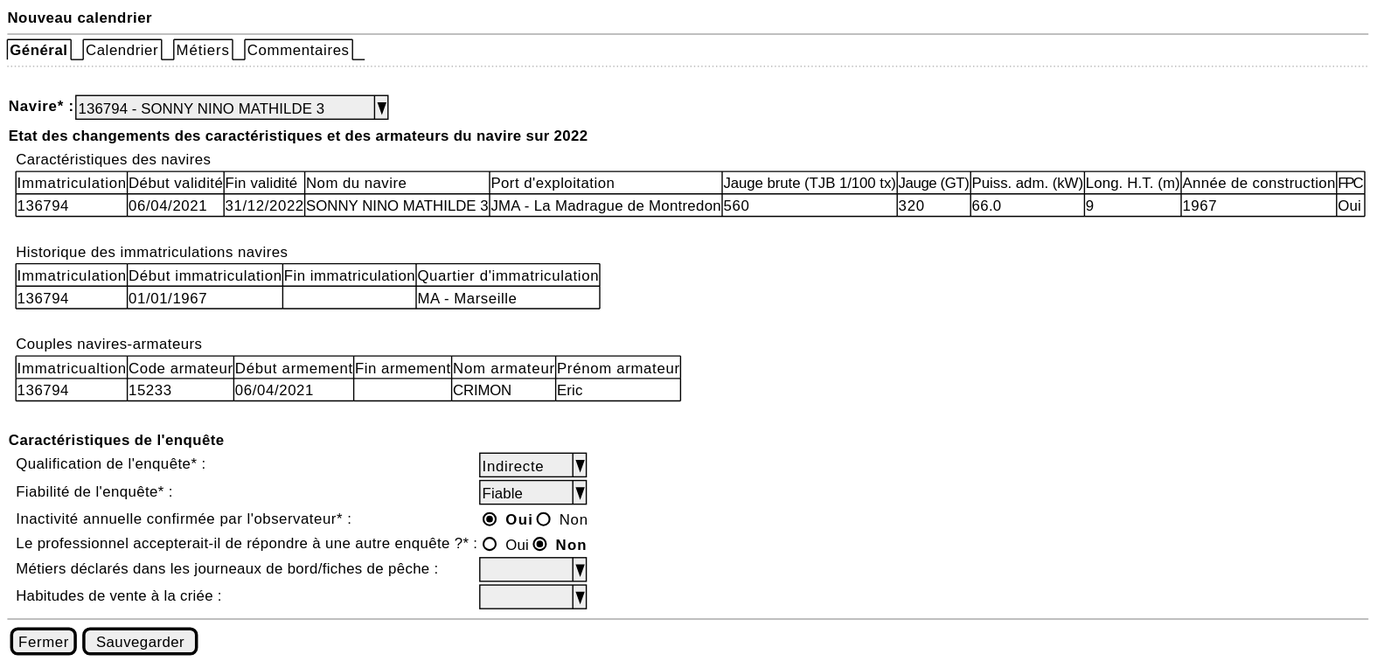
sumaris-net/sumaris-doc keeps this PlantUML diagram as projects/activity-calendar/spe/images/activity-calendar-new-general.svg. Above is the earlier version. Its source is kept beside it as projects/activity-calendar/spe/images/activity-calendar-new-general.puml.
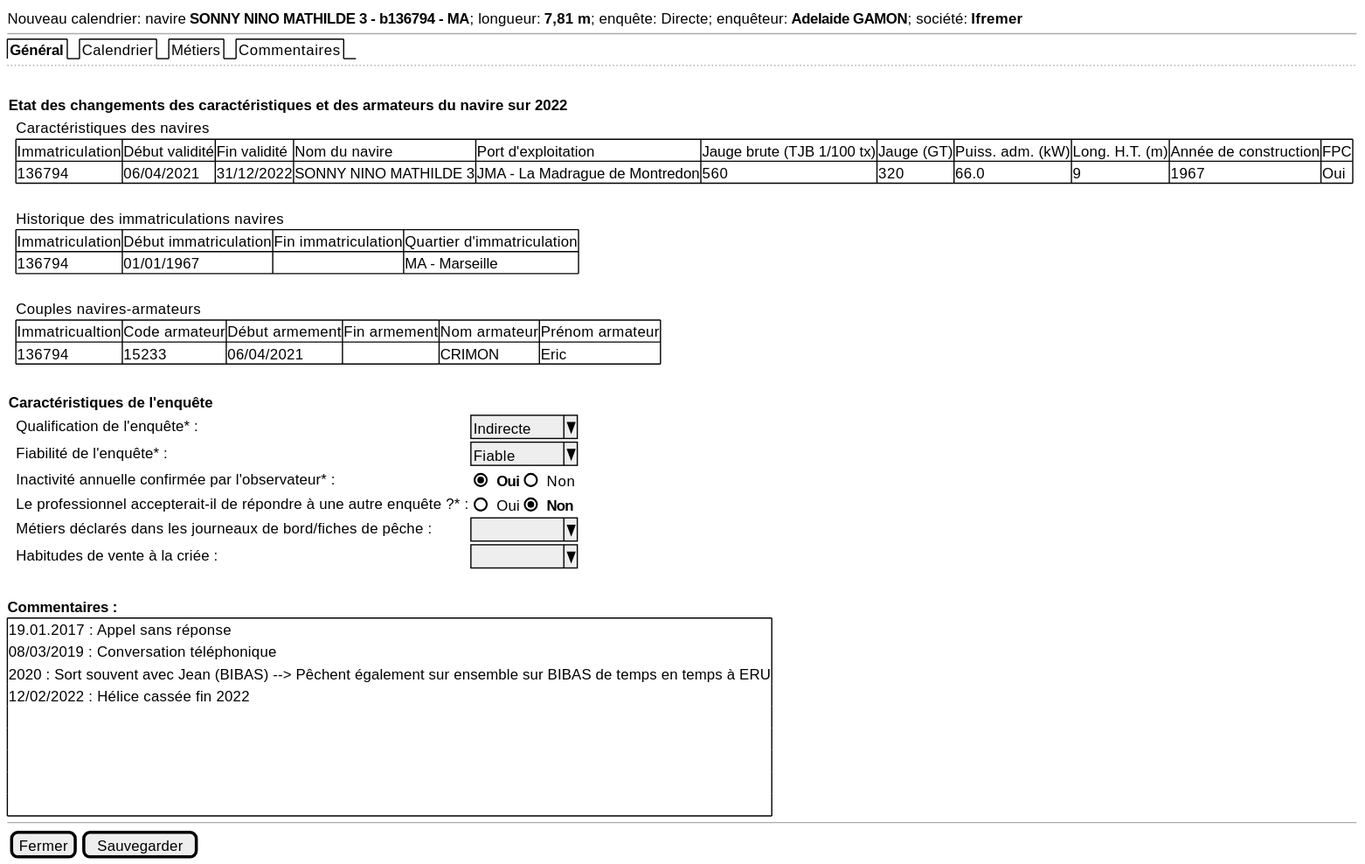
The same diagram one commit later.

What changed in the source:
```diff
@@ -1,13 +1,10 @@
 @startsalt
 {
-  <b>Nouveau calendrier
+  Nouveau calendrier: navire <b>SONNY NINO MATHILDE 3 - b136794 - MA</b>; longueur: <b>7,81 m</b>; enquête: Directe; enquêteur: <b>Adelaide GAMON</b>; société: <b>Ifremer</b>
   --
   {/ <b>Général | Calendrier | Métiers | Commentaires }
   ..
   .
-
-  {<b>Navire* : | ^136794 - SONNY NINO MATHILDE 3^}
-
   {
   <b>Etat des changements des caractéristiques et des armateurs du navire sur 2022
     {
@@ -39,6 +36,18 @@
      . | Habitudes de vente à la criée : | ^         ^
      }
   }
+  .
+  <b>Commentaires :
+       {+ 19.01.2017 : Appel sans réponse
+          08/03/2019 : Conversation téléphonique
+          2020 : Sort souvent avec Jean (BIBAS) --> Pêchent également sur ensemble sur BIBAS de temps en temps à ERU
+          12/02/2022 : Hélice cassée fin 2022
+          .
+          .
+          .
+          .
+          .
+       }
 
   --
   { [Fermer] | [Sauvegarder] }
```
